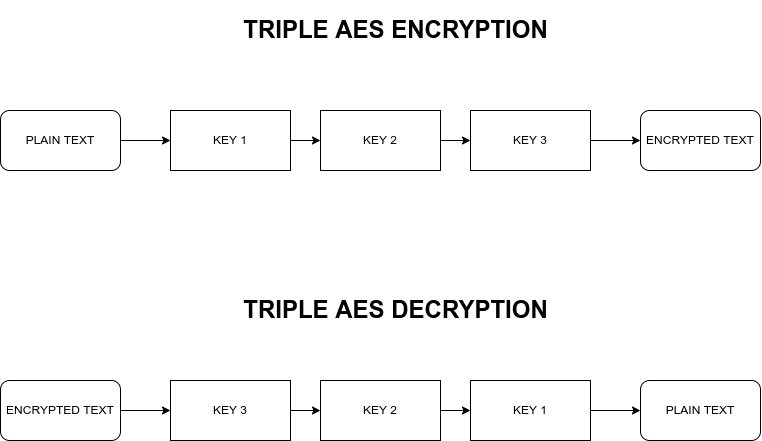
Above: triple-aes-encryption.png in anzeqar/triple-aes (draw.io), before the change. Source tidied: cells renumbered, new cells last; positions are measured from the earlier drawing's top-left corner, leaving out a move shared by most shapes.
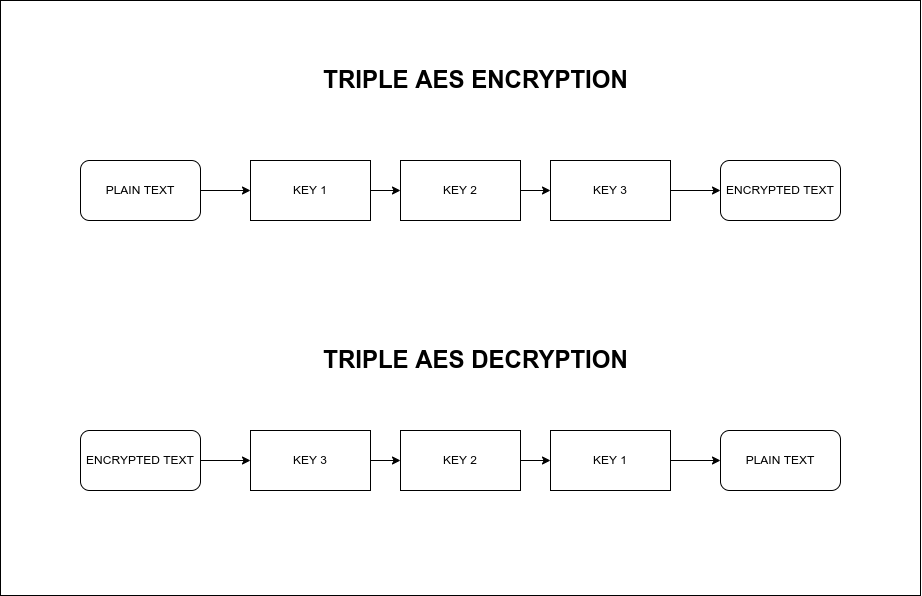
After the commit.

Diff of the diagram source:
```diff
@@ -1,7 +1,10 @@
-<mxGraphModel>
+<mxGraphModel background="#ffffff">
   <root>
     <mxCell id="0" />
     <mxCell id="1" parent="0" />
+    <mxCell id="22" style="rounded=0;whiteSpace=wrap;html=1;imageAspect=1;" parent="1" vertex="1">
+      <mxGeometry x="-80" y="-60" width="920" height="595" as="geometry" />
+    </mxCell>
     <mxCell id="2" value="KEY 2" style="rounded=0;whiteSpace=wrap;html=1;" parent="1" vertex="1">
       <mxGeometry x="320" y="100" width="120" height="60" as="geometry" />
     </mxCell>
```
